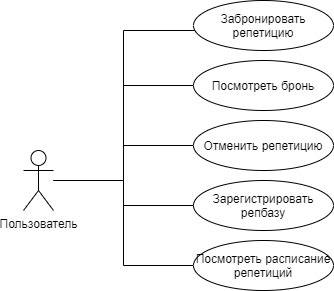
The draw.io diagram diagrams/Use-Case.png in aavortep/bmstu_web, before a commit. Source tidied: cells renumbered, new cells last; positions are measured from the earlier drawing's top-left corner, leaving out a move shared by most shapes. Source of this version:
```xml
<mxGraphModel>
  <root>
    <mxCell id="0" />
    <mxCell id="1" parent="0" />
    <mxCell id="2" style="edgeStyle=orthogonalEdgeStyle;rounded=0;jettySize=auto;html=1;endArrow=none;endFill=0;" parent="1" edge="1" source="3" target="4">
      <mxGeometry relative="1" as="geometry">
        <Array as="points">
          <mxPoint x="100" y="180" />
          <mxPoint x="100" y="30" />
        </Array>
      </mxGeometry>
    </mxCell>
    <mxCell id="3" value="Пользователь" style="shape=umlActor;verticalLabelPosition=bottom;verticalAlign=top;html=1;" parent="1" vertex="1">
      <mxGeometry y="150" width="30" height="60" as="geometry" />
    </mxCell>
    <mxCell id="4" value="Забронировать репетицию" style="ellipse;whiteSpace=wrap;html=1;" parent="1" vertex="1">
      <mxGeometry x="170" width="140" height="50" as="geometry" />
    </mxCell>
    <mxCell id="5" style="edgeStyle=orthogonalEdgeStyle;rounded=0;jettySize=auto;html=1;exitX=0;exitY=0.5;exitDx=0;exitDy=0;endArrow=none;endFill=0;" parent="1" edge="1" source="6" target="3">
      <mxGeometry relative="1" as="geometry" />
    </mxCell>
    <mxCell id="6" value="Отменить репетицию" style="ellipse;whiteSpace=wrap;html=1;" parent="1" vertex="1">
      <mxGeometry x="170" y="120" width="140" height="50" as="geometry" />
    </mxCell>
    <mxCell id="7" value="Зарегистрировать репбазу" style="ellipse;whiteSpace=wrap;html=1;" parent="1" vertex="1">
      <mxGeometry x="170" y="180" width="140" height="50" as="geometry" />
    </mxCell>
    <mxCell id="8" style="edgeStyle=orthogonalEdgeStyle;rounded=0;jettySize=auto;html=1;exitX=0;exitY=0.5;exitDx=0;exitDy=0;endArrow=none;endFill=0;entryX=0;entryY=0.5;entryDx=0;entryDy=0;" parent="1" edge="1" source="9" target="7">
      <mxGeometry relative="1" as="geometry">
        <Array as="points">
          <mxPoint x="100" y="85" />
          <mxPoint x="100" y="205" />
        </Array>
      </mxGeometry>
    </mxCell>
    <mxCell id="9" value="Посмотреть бронь" style="ellipse;whiteSpace=wrap;html=1;" parent="1" vertex="1">
      <mxGeometry x="170" y="60" width="140" height="50" as="geometry" />
    </mxCell>
    <mxCell id="10" style="edgeStyle=orthogonalEdgeStyle;rounded=0;jettySize=auto;html=1;exitX=0;exitY=0.5;exitDx=0;exitDy=0;endArrow=none;endFill=0;" parent="1" edge="1" source="11">
      <mxGeometry relative="1" as="geometry">
        <mxPoint x="30" y="180" as="targetPoint" />
        <Array as="points">
          <mxPoint x="100" y="265" />
          <mxPoint x="100" y="180" />
        </Array>
      </mxGeometry>
    </mxCell>
    <mxCell id="11" value="Посмотреть расписание репетиций" style="ellipse;whiteSpace=wrap;html=1;" parent="1" vertex="1">
      <mxGeometry x="170" y="240" width="140" height="50" as="geometry" />
    </mxCell>
  </root>
</mxGraphModel>
```
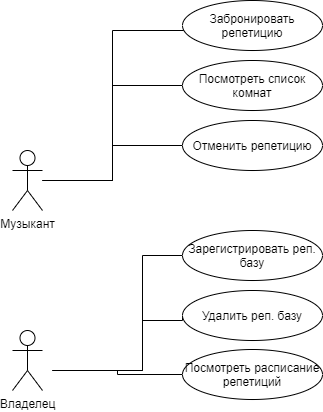
Above is the later version.

The edit, as a diff of the source:
```diff
@@ -10,7 +10,7 @@
         </Array>
       </mxGeometry>
     </mxCell>
-    <mxCell id="3" value="Пользователь" style="shape=umlActor;verticalLabelPosition=bottom;verticalAlign=top;html=1;" parent="1" vertex="1">
+    <mxCell id="3" value="Музыкант" style="shape=umlActor;verticalLabelPosition=bottom;verticalAlign=top;html=1;" parent="1" vertex="1">
       <mxGeometry y="150" width="30" height="60" as="geometry" />
     </mxCell>
     <mxCell id="4" value="Забронировать репетицию" style="ellipse;whiteSpace=wrap;html=1;" parent="1" vertex="1">
@@ -22,31 +22,53 @@
     <mxCell id="6" value="Отменить репетицию" style="ellipse;whiteSpace=wrap;html=1;" parent="1" vertex="1">
       <mxGeometry x="170" y="120" width="140" height="50" as="geometry" />
     </mxCell>
-    <mxCell id="7" value="Зарегистрировать репбазу" style="ellipse;whiteSpace=wrap;html=1;" parent="1" vertex="1">
-      <mxGeometry x="170" y="180" width="140" height="50" as="geometry" />
-    </mxCell>
-    <mxCell id="8" style="edgeStyle=orthogonalEdgeStyle;rounded=0;jettySize=auto;html=1;exitX=0;exitY=0.5;exitDx=0;exitDy=0;endArrow=none;endFill=0;entryX=0;entryY=0.5;entryDx=0;entryDy=0;" parent="1" edge="1" source="9" target="7">
-      <mxGeometry relative="1" as="geometry">
-        <Array as="points">
-          <mxPoint x="100" y="85" />
-          <mxPoint x="100" y="205" />
-        </Array>
-      </mxGeometry>
-    </mxCell>
+    <mxCell id="12" style="edgeStyle=orthogonalEdgeStyle;rounded=0;jettySize=auto;html=1;exitX=0;exitY=0.5;exitDx=0;exitDy=0;endArrow=none;endFill=0;" parent="1" edge="1" source="9">
+      <mxGeometry relative="1" as="geometry">
+        <mxPoint x="30" y="180" as="targetPoint" />
+        <Array as="points">
+          <mxPoint x="100" y="85" />
+          <mxPoint x="100" y="180" />
+        </Array>
+      </mxGeometry>
+    </mxCell>
-    <mxCell id="9" value="Посмотреть бронь" style="ellipse;whiteSpace=wrap;html=1;" parent="1" vertex="1">
+    <mxCell id="9" value="Посмотреть список комнат" style="ellipse;whiteSpace=wrap;html=1;" parent="1" vertex="1">
       <mxGeometry x="170" y="60" width="140" height="50" as="geometry" />
     </mxCell>
-    <mxCell id="10" style="edgeStyle=orthogonalEdgeStyle;rounded=0;jettySize=auto;html=1;exitX=0;exitY=0.5;exitDx=0;exitDy=0;endArrow=none;endFill=0;" parent="1" edge="1" source="11">
-      <mxGeometry relative="1" as="geometry">
-        <mxPoint x="30" y="180" as="targetPoint" />
-        <Array as="points">
-          <mxPoint x="100" y="265" />
-          <mxPoint x="100" y="180" />
-        </Array>
-      </mxGeometry>
-    </mxCell>
+    <mxCell id="13" style="edgeStyle=orthogonalEdgeStyle;rounded=0;jettySize=auto;html=1;exitX=0;exitY=0.5;exitDx=0;exitDy=0;endArrow=none;endFill=0;" parent="1" edge="1" source="14">
+      <mxGeometry relative="1" as="geometry">
+        <mxPoint x="40" y="370" as="targetPoint" />
+        <Array as="points">
+          <mxPoint x="130" y="255" />
+          <mxPoint x="130" y="370" />
+        </Array>
+      </mxGeometry>
+    </mxCell>
+    <mxCell id="14" value="Зарегистрировать реп. базу" style="ellipse;whiteSpace=wrap;html=1;" parent="1" vertex="1">
+      <mxGeometry x="170" y="230" width="140" height="50" as="geometry" />
+    </mxCell>
+    <mxCell id="15" style="edgeStyle=orthogonalEdgeStyle;rounded=0;jettySize=auto;html=1;exitX=0;exitY=0.5;exitDx=0;exitDy=0;endArrow=none;endFill=0;" parent="1" edge="1" source="11">
+      <mxGeometry relative="1" as="geometry">
+        <mxPoint x="40" y="370" as="targetPoint" />
+      </mxGeometry>
+    </mxCell>
     <mxCell id="11" value="Посмотреть расписание репетиций" style="ellipse;whiteSpace=wrap;html=1;" parent="1" vertex="1">
-      <mxGeometry x="170" y="240" width="140" height="50" as="geometry" />
+      <mxGeometry x="170" y="349" width="140" height="50" as="geometry" />
     </mxCell>
+    <mxCell id="16" style="edgeStyle=orthogonalEdgeStyle;rounded=0;jettySize=auto;html=1;exitX=0;exitY=0.5;exitDx=0;exitDy=0;endArrow=none;endFill=0;" parent="1" edge="1" source="17">
+      <mxGeometry relative="1" as="geometry">
+        <mxPoint x="40" y="370" as="targetPoint" />
+        <Array as="points">
+          <mxPoint x="170" y="320" />
+          <mxPoint x="130" y="320" />
+          <mxPoint x="130" y="370" />
+        </Array>
+      </mxGeometry>
+    </mxCell>
+    <mxCell id="17" value="Удалить реп. базу" style="ellipse;whiteSpace=wrap;html=1;" parent="1" vertex="1">
+      <mxGeometry x="170" y="290" width="140" height="50" as="geometry" />
+    </mxCell>
+    <mxCell id="18" value="Владелец" style="shape=umlActor;verticalLabelPosition=bottom;verticalAlign=top;html=1;" parent="1" vertex="1">
+      <mxGeometry y="330" width="30" height="60" as="geometry" />
+    </mxCell>
   </root>
 </mxGraphModel>
```
